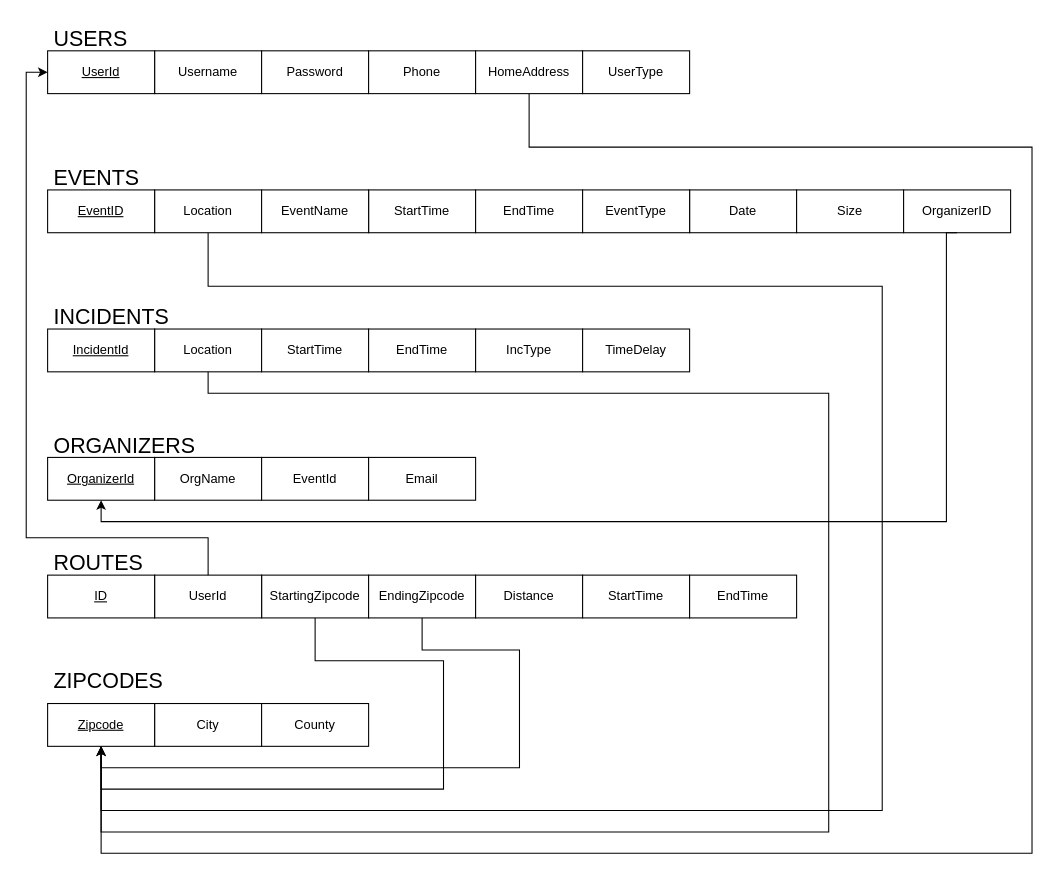
Before: src/TrafficSeeIllustrativeDiagram.drawio in mariababko/TrafficSee, a draw.io diagram. Source tidied: cells renumbered, new cells numbered last; positions are measured from the earlier drawing's top-left corner, leaving out a move shared by most shapes. Both pictures are drawn from the tidied source at 107%, with x=0, y=0 at pixel (26, 18).
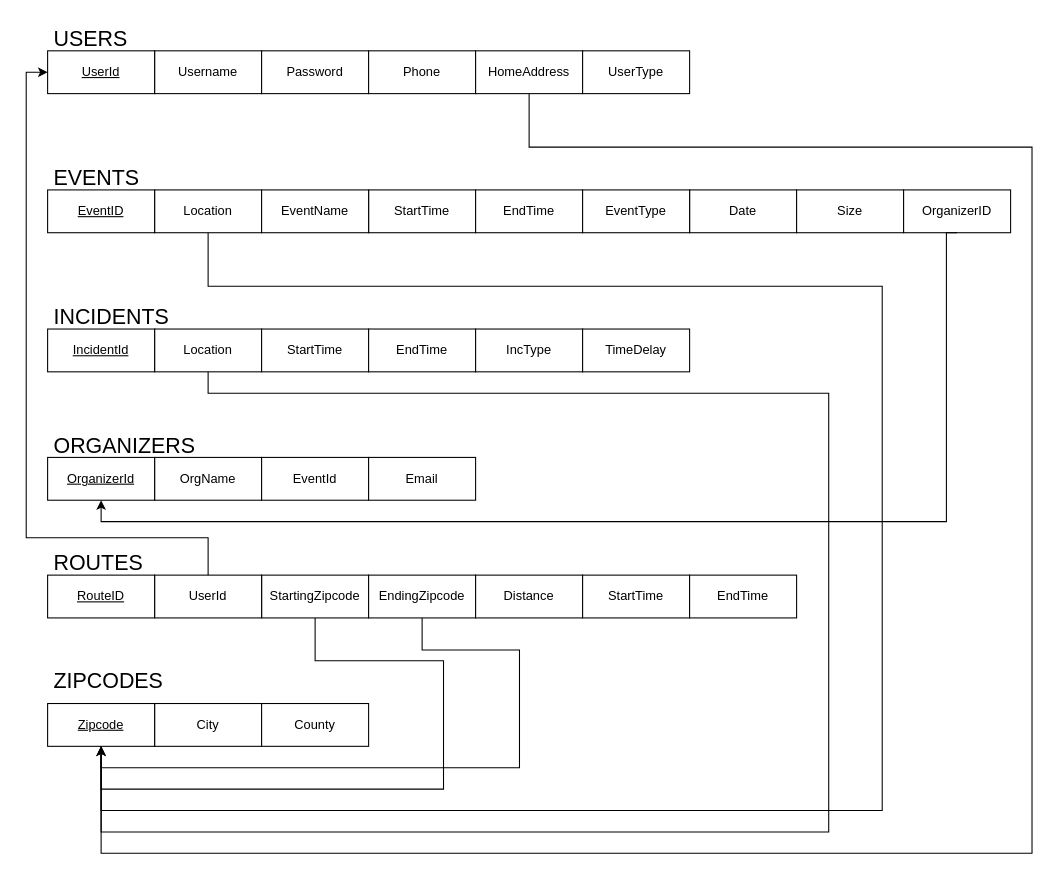
Above is the later version.

The edit, as a diff of the source:
```diff
@@
-    <mxCell id="44" value="&lt;u&gt;ID&lt;/u&gt;" style="whiteSpace=wrap;html=1;align=center;" parent="1" vertex="1">
+    <mxCell id="44" value="&lt;u&gt;RouteID&lt;/u&gt;" style="whiteSpace=wrap;html=1;align=center;" parent="1" vertex="1">
       <mxGeometry x="20" y="520" width="100" height="40" as="geometry" />
     </mxCell>
```
